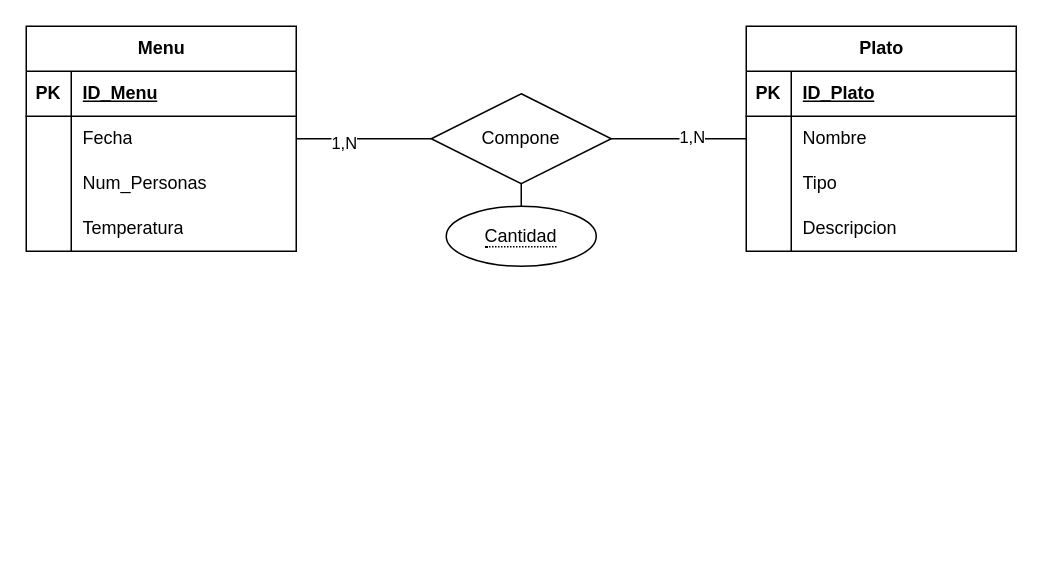
The draw.io diagram Ejercicio15.drawio in Daninuro/diagrames-cvf-dn-mpl-n-11102023, before the edit. Source tidied: cells renumbered, new cells numbered last; positions are measured from the earlier drawing's top-left corner, leaving out a move shared by most shapes. Both pictures are drawn from the tidied source at 150%, with x=0, y=0 at pixel (26, 26).
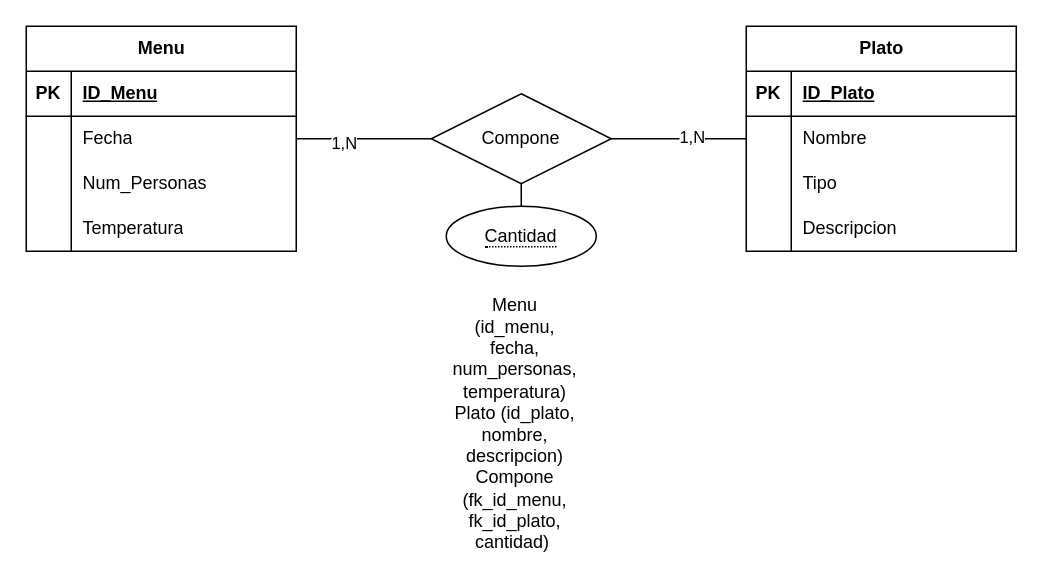
Above is the later version.

Change to the diagram source:
```diff
@@
+    <mxCell id="35" value="Menu (id_menu, fecha, num_personas, temperatura)&lt;br&gt;Plato (id_plato, nombre, descripcion)&lt;br&gt;Compone (fk_id_menu, fk_id_plato, cantidad)&amp;nbsp;" style="text;html=1;strokeColor=none;fillColor=none;align=center;verticalAlign=middle;whiteSpace=wrap;rounded=0;" parent="1" vertex="1">
+      <mxGeometry x="296" y="250" width="60" height="30" as="geometry" />
+    </mxCell>
```
